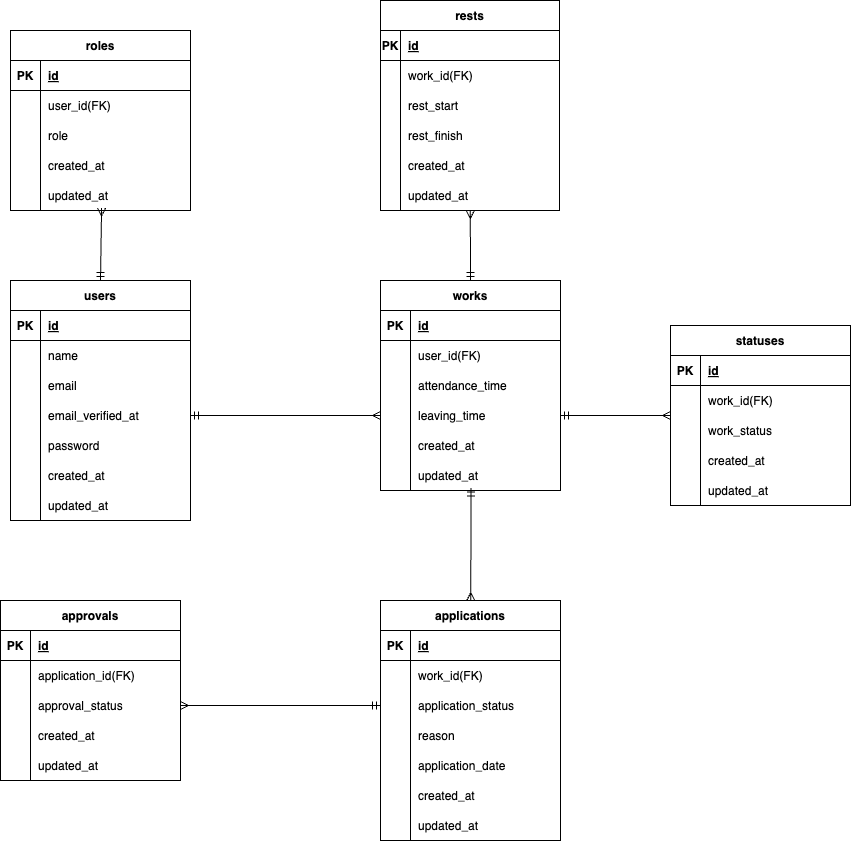
The draw.io diagram .drawio.png in hirata784/time_attendance_management_app, before a commit. Source tidied: cells renumbered, new cells last; positions are measured from the earlier drawing's top-left corner, leaving out a move shared by most shapes.
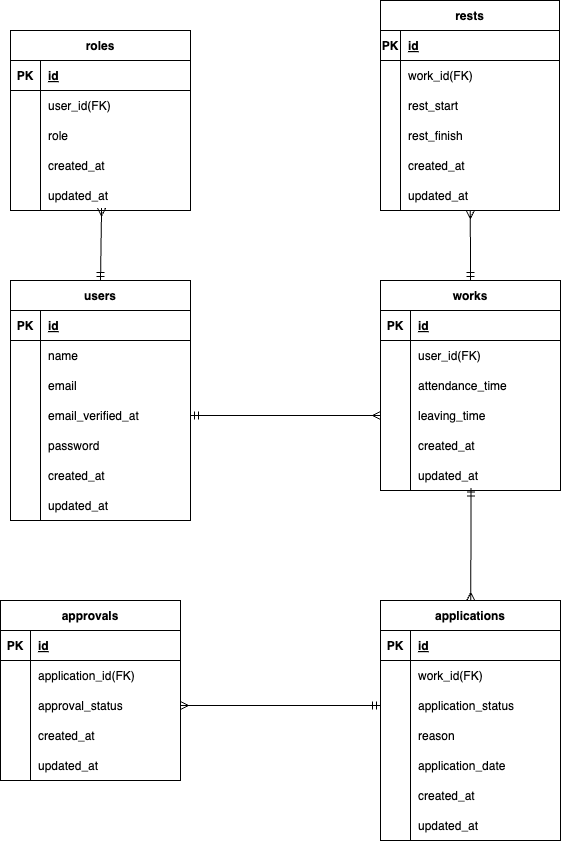
The same diagram one commit later.

The edit, as a diff of the source:
```diff
@@ -254,57 +254,6 @@
     <mxCell id="85" style="edgeStyle=none;html=1;entryX=0.503;entryY=0.917;entryDx=0;entryDy=0;entryPerimeter=0;endArrow=ERmandOne;endFill=0;startArrow=ERmany;startFill=0;" parent="1" edge="1" source="63" target="60">
       <mxGeometry relative="1" as="geometry" />
     </mxCell>
-    <mxCell id="86" value="statuses" style="shape=table;startSize=30;rowLines=0;fontStyle=1;align=center;" parent="1" vertex="1">
-      <mxGeometry x="670" y="325" width="180" height="180" as="geometry" />
-    </mxCell>
-    <mxCell id="87" style="shape=tableRow;horizontal=0;startSize=0;swimlaneHead=0;swimlaneBody=0;fillColor=none;top=0;left=0;right=0;bottom=1;" parent="86" vertex="1">
-      <mxGeometry y="30" width="180" height="30" as="geometry" />
-    </mxCell>
-    <mxCell id="88" value="PK" style="shape=partialRectangle;fillColor=none;top=0;left=0;bottom=0;right=0;fontStyle=1;overflow=hidden;" parent="87" vertex="1">
-      <mxGeometry width="30" height="30" as="geometry" />
-    </mxCell>
-    <mxCell id="89" value="id" style="shape=partialRectangle;fillColor=none;top=0;left=0;bottom=0;right=0;align=left;spacingLeft=6;fontStyle=5;overflow=hidden;" parent="87" vertex="1">
-      <mxGeometry x="30" width="150" height="30" as="geometry" />
-    </mxCell>
-    <mxCell id="90" style="shape=tableRow;horizontal=0;startSize=0;swimlaneHead=0;swimlaneBody=0;fillColor=none;top=0;left=0;right=0;bottom=0;" parent="86" vertex="1">
-      <mxGeometry y="60" width="180" height="30" as="geometry" />
-    </mxCell>
-    <mxCell id="91" style="shape=partialRectangle;fillColor=none;top=0;left=0;bottom=0;right=0;overflow=hidden;" parent="90" vertex="1">
-      <mxGeometry width="30" height="30" as="geometry" />
-    </mxCell>
-    <mxCell id="92" value="work_id(FK)" style="shape=partialRectangle;fillColor=none;top=0;left=0;bottom=0;right=0;align=left;spacingLeft=6;overflow=hidden;" parent="90" vertex="1">
-      <mxGeometry x="30" width="150" height="30" as="geometry" />
-    </mxCell>
-    <mxCell id="93" style="shape=tableRow;horizontal=0;startSize=0;swimlaneHead=0;swimlaneBody=0;fillColor=none;top=0;left=0;right=0;bottom=0;" parent="86" vertex="1">
-      <mxGeometry y="90" width="180" height="30" as="geometry" />
-    </mxCell>
-    <mxCell id="94" style="shape=partialRectangle;fillColor=none;top=0;left=0;bottom=0;right=0;overflow=hidden;" parent="93" vertex="1">
-      <mxGeometry width="30" height="30" as="geometry" />
-    </mxCell>
-    <mxCell id="95" value="work_status" style="shape=partialRectangle;fillColor=none;top=0;left=0;bottom=0;right=0;align=left;spacingLeft=6;overflow=hidden;" parent="93" vertex="1">
-      <mxGeometry x="30" width="150" height="30" as="geometry" />
-    </mxCell>
-    <mxCell id="96" style="shape=tableRow;horizontal=0;startSize=0;swimlaneHead=0;swimlaneBody=0;fillColor=none;top=0;left=0;right=0;bottom=0;" parent="86" vertex="1">
-      <mxGeometry y="120" width="180" height="30" as="geometry" />
-    </mxCell>
-    <mxCell id="97" style="shape=partialRectangle;fillColor=none;top=0;left=0;bottom=0;right=0;overflow=hidden;" parent="96" vertex="1">
-      <mxGeometry width="30" height="30" as="geometry" />
-    </mxCell>
-    <mxCell id="98" value="created_at" style="shape=partialRectangle;fillColor=none;top=0;left=0;bottom=0;right=0;align=left;spacingLeft=6;overflow=hidden;" parent="96" vertex="1">
-      <mxGeometry x="30" width="150" height="30" as="geometry" />
-    </mxCell>
-    <mxCell id="99" style="shape=tableRow;horizontal=0;startSize=0;swimlaneHead=0;swimlaneBody=0;fillColor=none;top=0;left=0;right=0;bottom=0;" parent="86" vertex="1">
-      <mxGeometry y="150" width="180" height="30" as="geometry" />
-    </mxCell>
-    <mxCell id="100" style="shape=partialRectangle;fillColor=none;top=0;left=0;bottom=0;right=0;overflow=hidden;" parent="99" vertex="1">
-      <mxGeometry width="30" height="30" as="geometry" />
-    </mxCell>
-    <mxCell id="101" value="updated_at" style="shape=partialRectangle;fillColor=none;top=0;left=0;bottom=0;right=0;align=left;spacingLeft=6;overflow=hidden;" parent="99" vertex="1">
-      <mxGeometry x="30" width="150" height="30" as="geometry" />
-    </mxCell>
-    <mxCell id="102" style="edgeStyle=none;html=1;entryX=1;entryY=0.5;entryDx=0;entryDy=0;endArrow=ERmandOne;endFill=0;startArrow=ERmany;startFill=0;" parent="1" edge="1" source="86" target="54">
-      <mxGeometry relative="1" as="geometry" />
-    </mxCell>
     <mxCell id="103" value="approvals" style="shape=table;startSize=30;rowLines=0;fontStyle=1;align=center;" parent="1" vertex="1">
       <mxGeometry y="600" width="180" height="180" as="geometry" />
     </mxCell>
```
